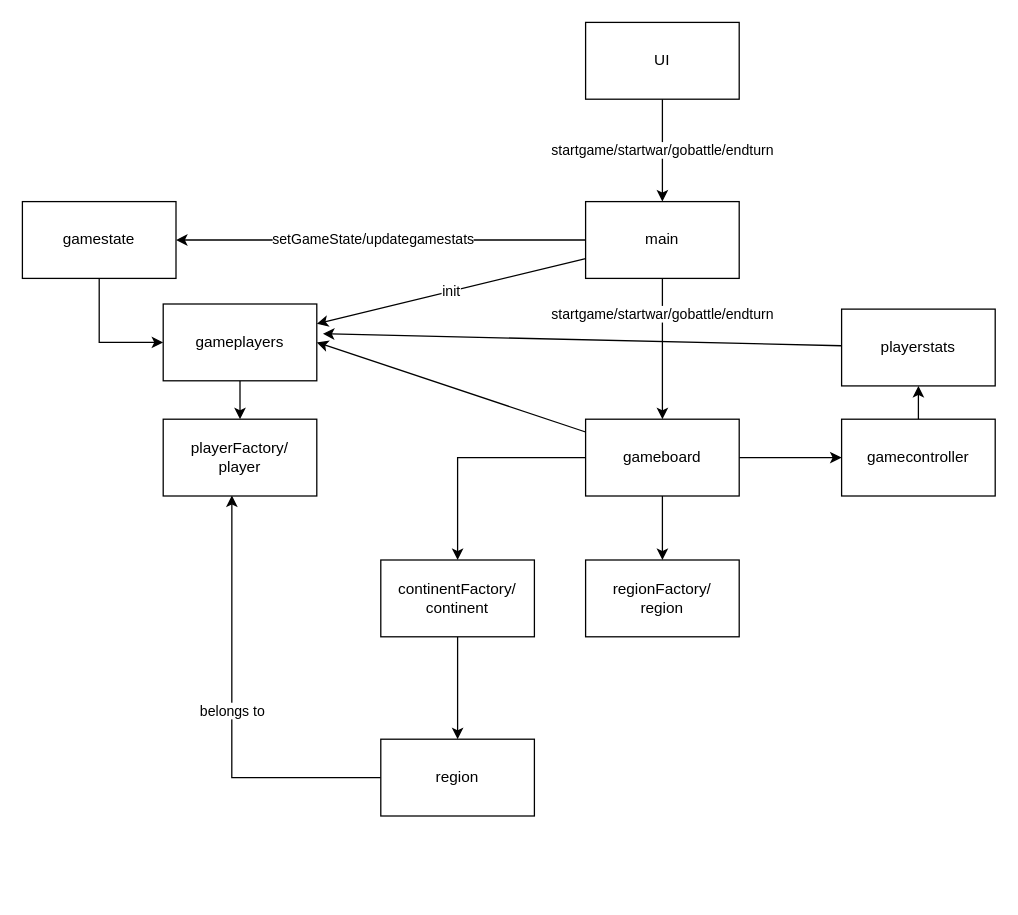
Before: MyRisk.drawio in ptuomine/MyRisk, a draw.io diagram. Source tidied: cells renumbered, new cells numbered last; positions are measured from the earlier drawing's top-left corner, leaving out a move shared by most shapes. Both pictures are drawn from the tidied source at 128%, with x=0, y=0 at pixel (22, 22).
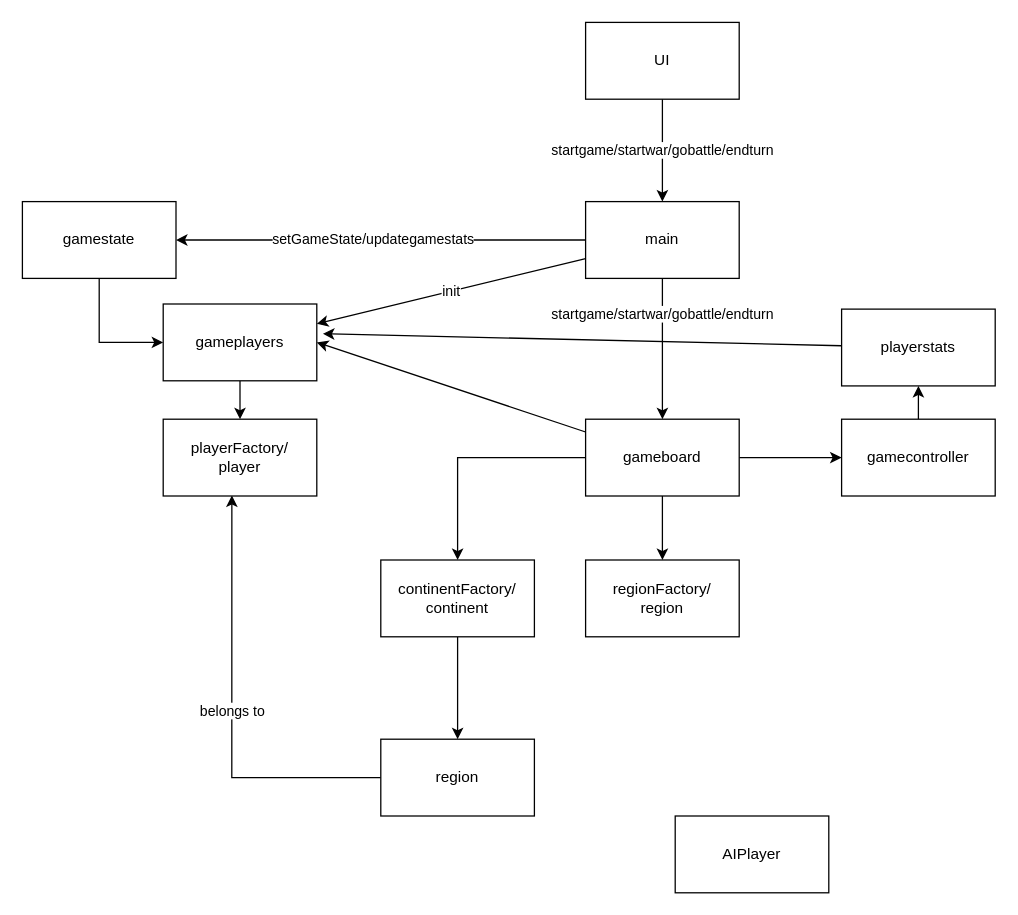
After the change.

Diff of the diagram source:
```diff
@@
+    <mxCell id="27" value="AIPlayer" style="rounded=0;whiteSpace=wrap;html=1;" parent="1" vertex="1">
+      <mxGeometry x="510" y="620" width="120" height="60" as="geometry" />
+    </mxCell>
```
